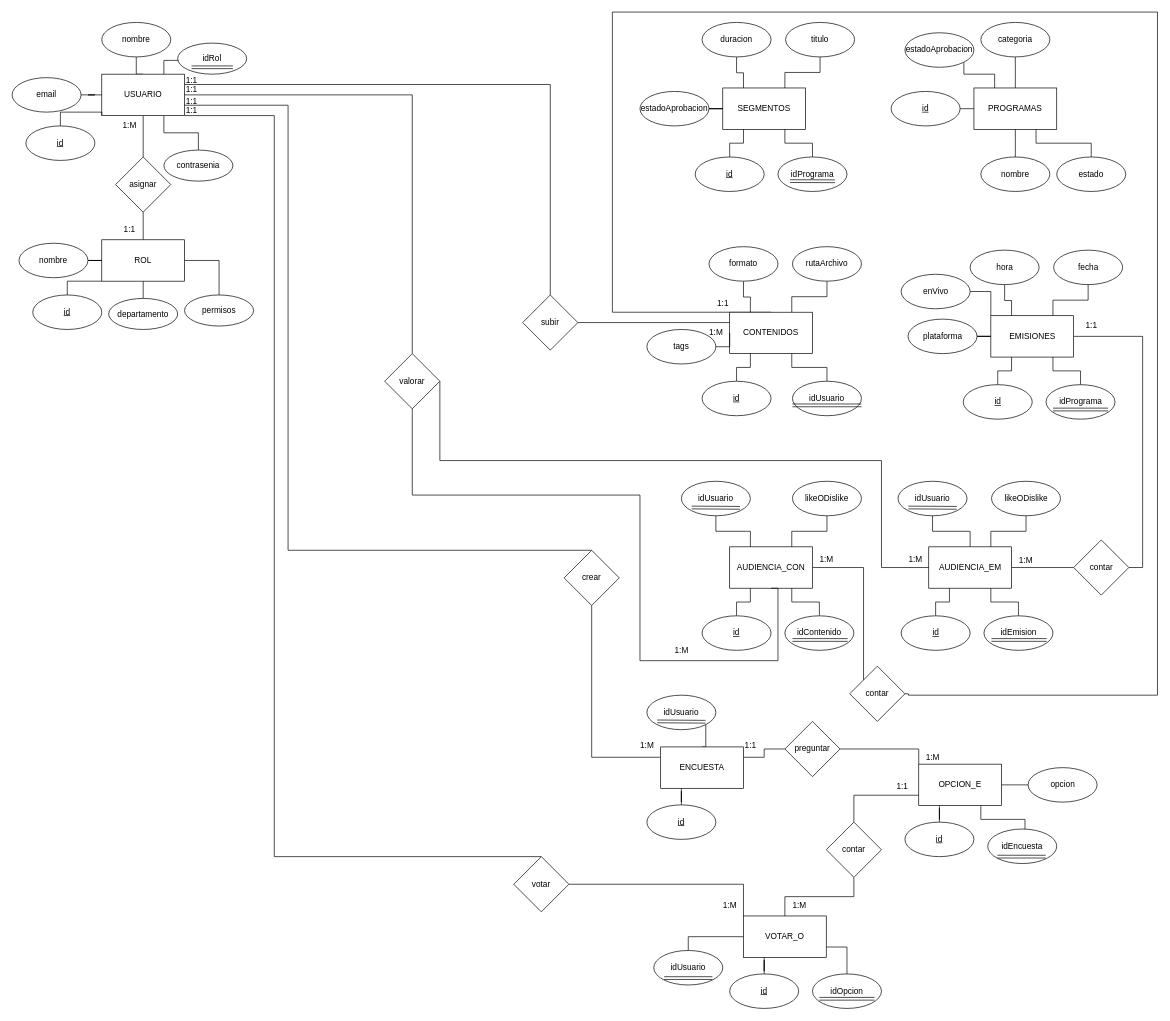
Before: DER Softlution & RO.drawio in chispamaya/Proyecto-Interdisciplinario-Medios-Audiovisuales-, a draw.io diagram. Source tidied: cells renumbered, new cells numbered last; positions are measured from the earlier drawing's top-left corner, leaving out a move shared by most shapes. Both pictures are drawn from the tidied source at 69%, with x=0, y=0 at pixel (12, 12).
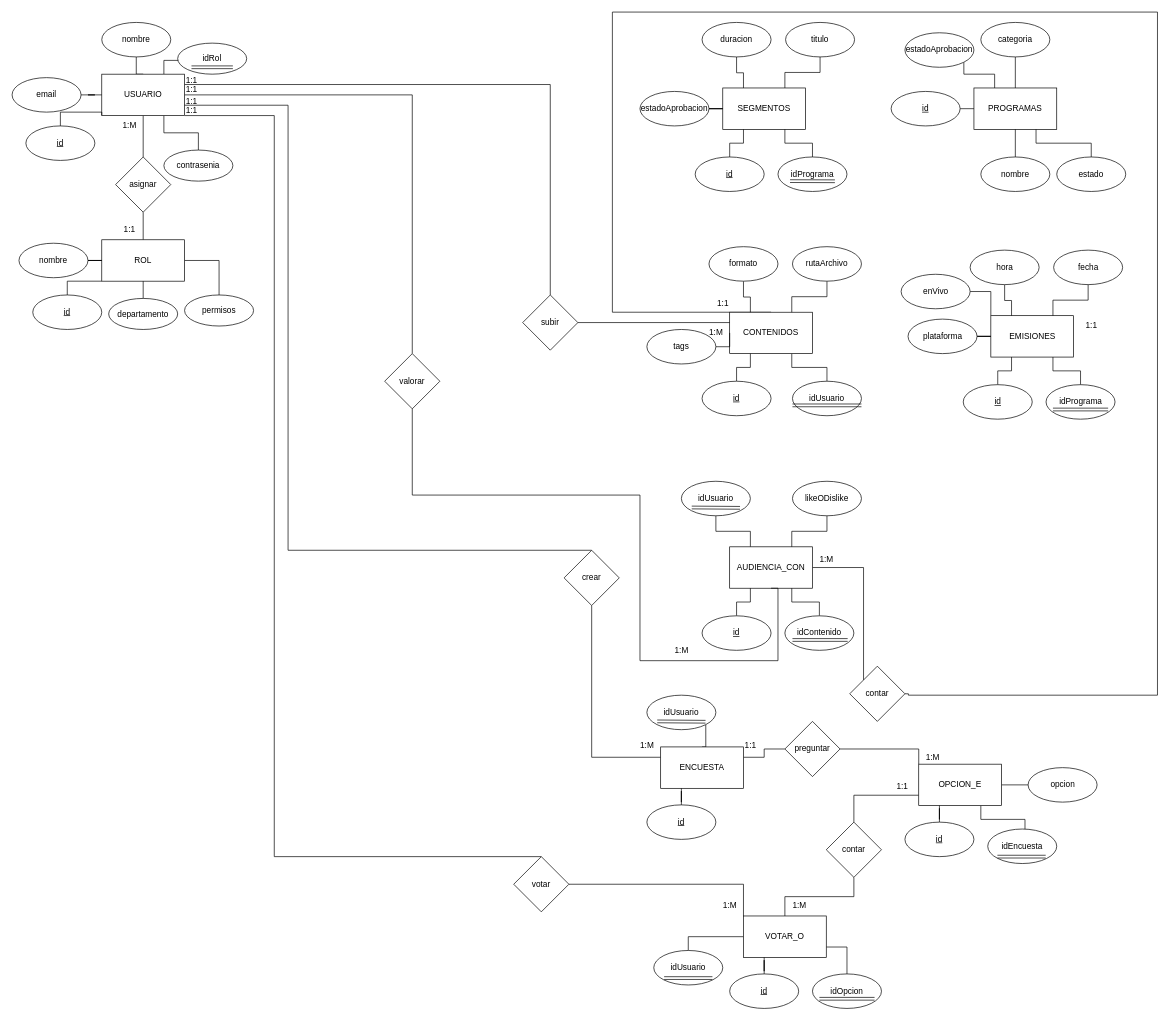
The same diagram, later.

The change refers to these unchanged cells:
```xml
<mxCell id="49" value="EMISIONES" style="rounded=0;whiteSpace=wrap;html=1;" parent="1" vertex="1">
  <mxGeometry x="1418.5" y="440" width="120" height="60" as="geometry" />
</mxCell>
<mxCell id="145" value="valorar" style="rhombus;whiteSpace=wrap;html=1;" parent="1" vertex="1">
  <mxGeometry x="540" y="495" width="80" height="80" as="geometry" />
</mxCell>
```

Diff of the diagram source:
```diff
@@
-    <mxCell id="48" style="edgeStyle=orthogonalEdgeStyle;rounded=0;jettySize=auto;html=1;exitX=1;exitY=0.5;exitDx=0;exitDy=0;entryX=1;entryY=0.5;entryDx=0;entryDy=0;endArrow=none;endFill=0;" parent="1" edge="1" source="49" target="158">
-      <mxGeometry relative="1" as="geometry" />
-    </mxCell>
@@
-    <mxCell id="90" style="edgeStyle=orthogonalEdgeStyle;rounded=0;jettySize=auto;html=1;exitX=0.5;exitY=0;exitDx=0;exitDy=0;entryX=0.5;entryY=1;entryDx=0;entryDy=0;endArrow=none;endFill=0;" parent="1" edge="1" source="91" target="141">
-      <mxGeometry relative="1" as="geometry" />
-    </mxCell>
-    <mxCell id="91" value="AUDIENCIA_EM" style="rounded=0;whiteSpace=wrap;html=1;" parent="1" vertex="1">
-      <mxGeometry x="1328.5" y="775" width="120" height="60" as="geometry" />
-    </mxCell>
-    <mxCell id="92" style="edgeStyle=orthogonalEdgeStyle;rounded=0;jettySize=auto;html=1;entryX=0.25;entryY=1;entryDx=0;entryDy=0;endArrow=none;endFill=0;" parent="1" edge="1" source="93" target="91">
-      <mxGeometry relative="1" as="geometry" />
-    </mxCell>
-    <mxCell id="93" value="&lt;u&gt;id&lt;/u&gt;" style="ellipse;whiteSpace=wrap;html=1;" parent="1" vertex="1">
-      <mxGeometry x="1288.5" y="875" width="100" height="50" as="geometry" />
-    </mxCell>
-    <mxCell id="94" style="edgeStyle=orthogonalEdgeStyle;rounded=0;jettySize=auto;html=1;entryX=0.75;entryY=1;entryDx=0;entryDy=0;endArrow=none;endFill=0;" parent="1" edge="1" source="95" target="91">
-      <mxGeometry relative="1" as="geometry" />
-    </mxCell>
-    <mxCell id="95" value="idEmision" style="ellipse;whiteSpace=wrap;html=1;" parent="1" vertex="1">
-      <mxGeometry x="1408.5" y="875" width="100" height="50" as="geometry" />
-    </mxCell>
-    <mxCell id="96" style="edgeStyle=orthogonalEdgeStyle;rounded=0;jettySize=auto;html=1;entryX=0.75;entryY=0;entryDx=0;entryDy=0;endArrow=none;endFill=0;" parent="1" edge="1" source="97" target="91">
-      <mxGeometry relative="1" as="geometry" />
-    </mxCell>
-    <mxCell id="97" value="likeODislike" style="ellipse;whiteSpace=wrap;html=1;" parent="1" vertex="1">
-      <mxGeometry x="1419.5" y="680" width="100" height="50" as="geometry" />
-    </mxCell>
@@
-    <mxCell id="141" value="idUsuario" style="ellipse;whiteSpace=wrap;html=1;" parent="1" vertex="1">
-      <mxGeometry x="1284" y="680" width="100" height="50" as="geometry" />
-    </mxCell>
-    <mxCell id="142" style="shape=link;html=1;rounded=0;" parent="1" edge="1">
-      <mxGeometry relative="1" as="geometry">
-        <mxPoint x="1299" y="718" as="sourcePoint" />
-        <mxPoint x="1369" y="718.5" as="targetPoint" />
-      </mxGeometry>
-    </mxCell>
@@
-    <mxCell id="144" style="edgeStyle=orthogonalEdgeStyle;rounded=0;jettySize=auto;html=1;exitX=1;exitY=0.5;exitDx=0;exitDy=0;entryX=0;entryY=0.5;entryDx=0;entryDy=0;endArrow=none;endFill=0;" parent="1" edge="1" source="145" target="91">
-      <mxGeometry relative="1" as="geometry">
-        <Array as="points">
-          <mxPoint x="1260" y="650" />
-          <mxPoint x="1260" y="805" />
-        </Array>
-      </mxGeometry>
-    </mxCell>
@@
-    <mxCell id="147" value="1:M" style="text;html=1;align=center;verticalAlign=middle;strokeColor=none;fillColor=none;" parent="1" vertex="1">
-      <mxGeometry x="1288.5" y="778" width="40" height="30" as="geometry" />
-    </mxCell>
@@
-    <mxCell id="156" style="shape=link;html=1;rounded=0;" parent="1" edge="1">
-      <mxGeometry relative="1" as="geometry">
-        <mxPoint x="1419.5" y="910" as="sourcePoint" />
-        <mxPoint x="1499.5" y="910" as="targetPoint" />
-      </mxGeometry>
-    </mxCell>
-    <mxCell id="157" style="edgeStyle=orthogonalEdgeStyle;rounded=0;jettySize=auto;html=1;exitX=0;exitY=0.5;exitDx=0;exitDy=0;entryX=1;entryY=0.5;entryDx=0;entryDy=0;endArrow=none;endFill=0;" parent="1" edge="1" source="158" target="91">
-      <mxGeometry relative="1" as="geometry" />
-    </mxCell>
-    <mxCell id="158" value="contar" style="rhombus;whiteSpace=wrap;html=1;" parent="1" vertex="1">
-      <mxGeometry x="1538.5" y="765" width="80" height="80" as="geometry" />
-    </mxCell>
@@
-    <mxCell id="163" value="1:M" style="text;html=1;align=center;verticalAlign=middle;strokeColor=none;fillColor=none;" parent="1" vertex="1">
-      <mxGeometry x="1448.5" y="780" width="40" height="30" as="geometry" />
-    </mxCell>
```
